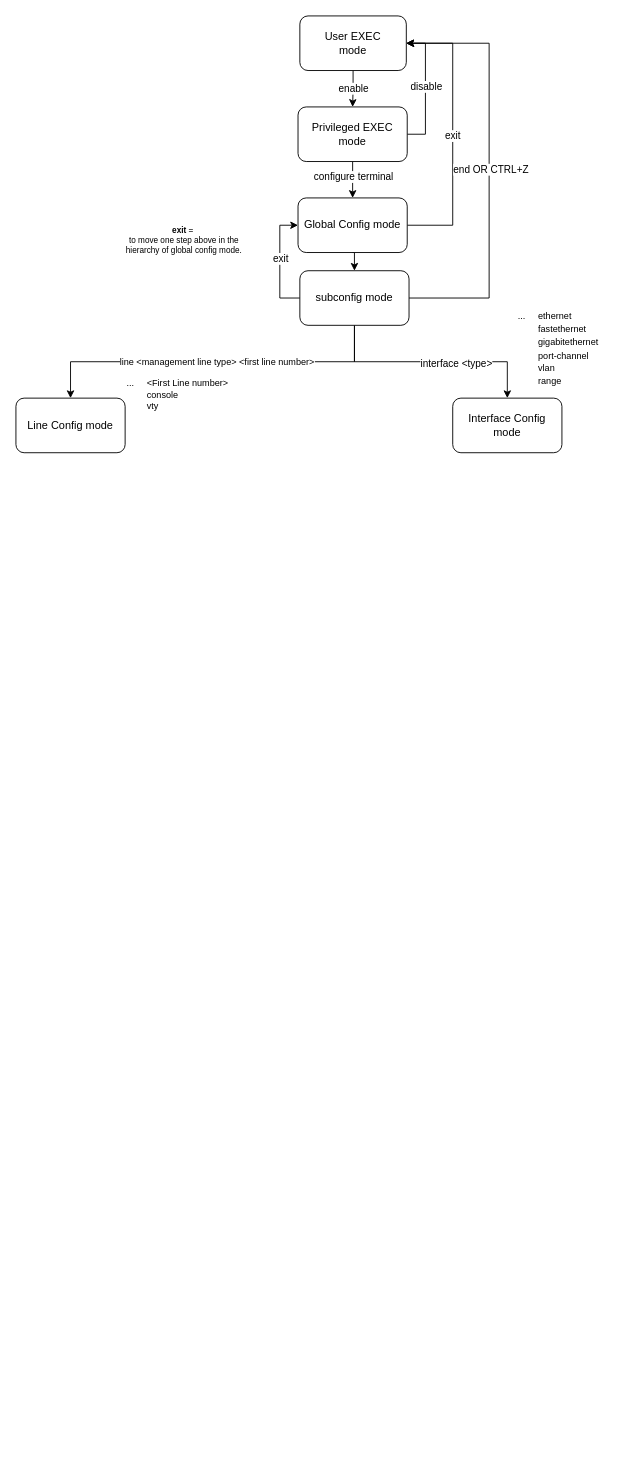
Above: Untitled Diagram.drawio in troders34/hello-github (draw.io), before the change. Source tidied: cells renumbered, new cells numbered last; positions are measured from the earlier drawing's top-left corner, leaving out a move shared by most shapes. Both pictures are drawn from the tidied source at 91%, with x=0, y=0 at pixel (15, 15).
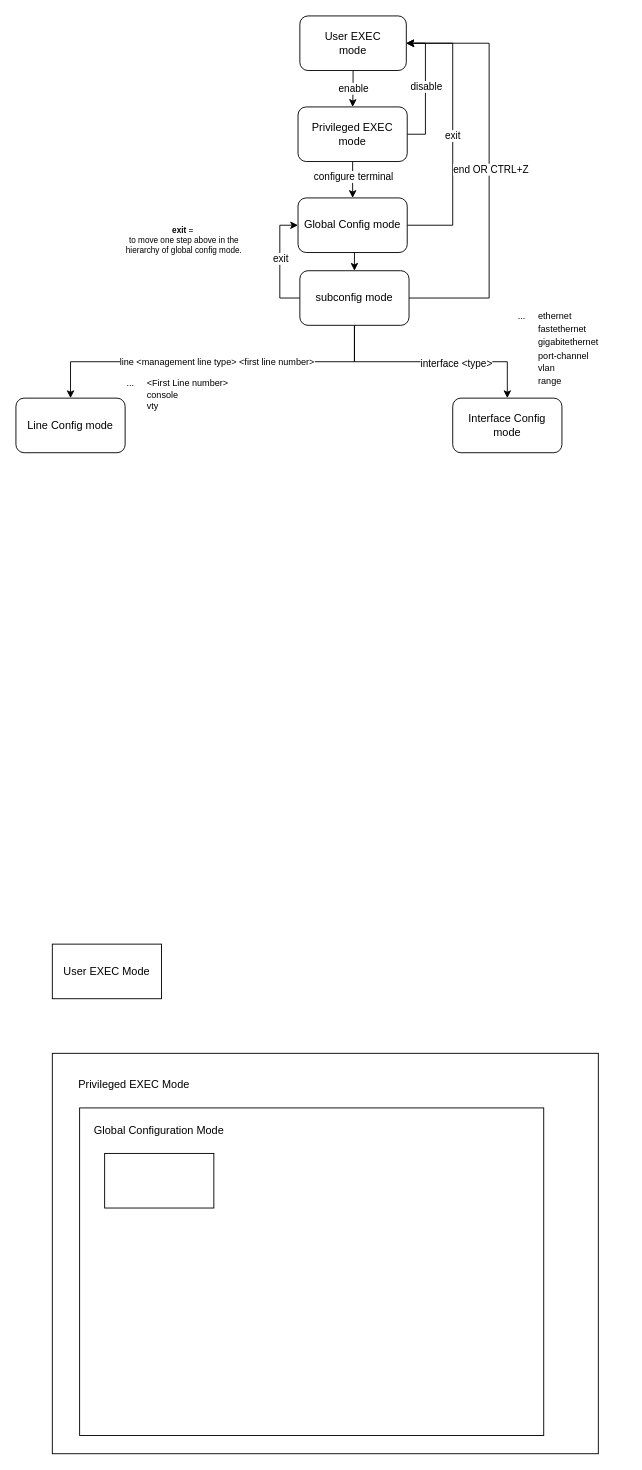
After the change.

What changed in the source:
```diff
@@
+    <mxCell id="28" value="User EXEC Mode" style="rounded=0;whiteSpace=wrap;html=1;" parent="1" vertex="1">
+      <mxGeometry x="40" y="1020" width="120" height="60" as="geometry" />
+    </mxCell>
+    <mxCell id="29" style="rounded=0;whiteSpace=wrap;html=1;" parent="1" vertex="1">
+      <mxGeometry x="40" y="1140" width="600" height="440" as="geometry" />
+    </mxCell>
+    <mxCell id="30" style="rounded=0;whiteSpace=wrap;html=1;" parent="1" vertex="1">
+      <mxGeometry x="70" y="1200" width="510" height="360" as="geometry" />
+    </mxCell>
+    <mxCell id="31" value="Global Configuration Mode" style="text;html=1;align=center;verticalAlign=middle;whiteSpace=wrap;rounded=0;" parent="1" vertex="1">
+      <mxGeometry x="80" y="1210" width="155" height="30" as="geometry" />
+    </mxCell>
+    <mxCell id="32" value="Privileged EXEC Mode" style="text;html=1;align=center;verticalAlign=middle;whiteSpace=wrap;rounded=0;" parent="1" vertex="1">
+      <mxGeometry x="60" y="1160" width="140" height="30" as="geometry" />
+    </mxCell>
+    <mxCell id="33" style="rounded=0;whiteSpace=wrap;html=1;" parent="1" vertex="1">
+      <mxGeometry x="97.5" y="1250" width="120" height="60" as="geometry" />
+    </mxCell>
```
